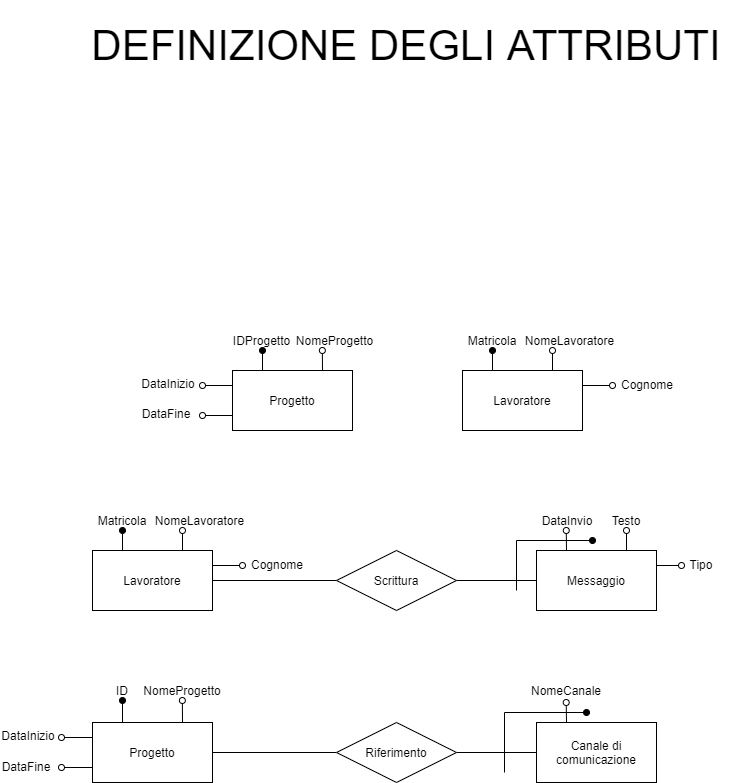
The draw.io diagram Relazione/Schema ER/definizione-attributi.png in martafra/BD-Chat-Multicanale, before a commit. Source tidied: cells renumbered, new cells last; positions are measured from the earlier drawing's top-left corner, leaving out a move shared by most shapes.
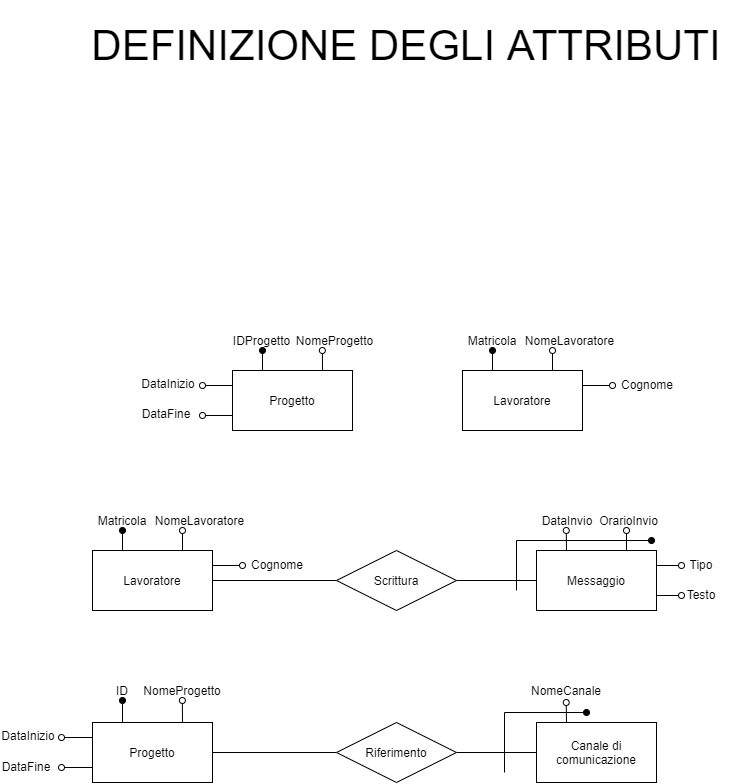
After the change.

Diff of the diagram source:
```diff
@@ -94,8 +94,8 @@
     <mxCell id="25" value="Scrittura" style="shape=rhombus;perimeter=rhombusPerimeter;whiteSpace=wrap;html=1;align=center;" parent="1" vertex="1">
       <mxGeometry x="336" y="550" width="120" height="60" as="geometry" />
     </mxCell>
-    <mxCell id="26" value="Testo" style="text;html=1;strokeColor=none;fillColor=none;align=center;verticalAlign=middle;whiteSpace=wrap;rounded=0;" parent="1" vertex="1">
-      <mxGeometry x="606" y="510" width="40" height="20" as="geometry" />
+    <mxCell id="26" value="OrarioInvio" style="text;html=1;strokeColor=none;fillColor=none;align=center;verticalAlign=middle;whiteSpace=wrap;rounded=0;" parent="1" vertex="1">
+      <mxGeometry x="601" y="510" width="55" height="20" as="geometry" />
     </mxCell>
     <mxCell id="27" value="DataInvio" style="text;html=1;strokeColor=none;fillColor=none;align=center;verticalAlign=middle;whiteSpace=wrap;rounded=0;" parent="1" vertex="1">
       <mxGeometry x="542" y="510" width="50" height="20" as="geometry" />
@@ -103,7 +103,7 @@
     <mxCell id="28" style="edgeStyle=orthogonalEdgeStyle;rounded=0;orthogonalLoop=1;jettySize=auto;html=1;endArrow=oval;endFill=1;" parent="1" edge="1">
       <mxGeometry relative="1" as="geometry">
         <mxPoint x="516" y="590" as="sourcePoint" />
-        <mxPoint x="592" y="540" as="targetPoint" />
+        <mxPoint x="651" y="540" as="targetPoint" />
         <Array as="points">
           <mxPoint x="516" y="540" />
         </Array>
@@ -204,5 +204,13 @@
     <mxCell id="52" value="Tipo" style="text;html=1;strokeColor=none;fillColor=none;align=center;verticalAlign=middle;whiteSpace=wrap;rounded=0;" parent="1" vertex="1">
       <mxGeometry x="681" y="554" width="40" height="20" as="geometry" />
     </mxCell>
+    <mxCell id="53" style="edgeStyle=orthogonalEdgeStyle;rounded=0;jettySize=auto;html=1;exitX=1;exitY=0.75;exitDx=0;exitDy=0;endArrow=oval;endFill=0;" parent="1" edge="1" source="23">
+      <mxGeometry relative="1" as="geometry">
+        <mxPoint x="681" y="595" as="targetPoint" />
+      </mxGeometry>
+    </mxCell>
+    <mxCell id="54" value="Testo" style="text;html=1;strokeColor=none;fillColor=none;align=center;verticalAlign=middle;whiteSpace=wrap;rounded=0;" parent="1" vertex="1">
+      <mxGeometry x="686" y="584" width="30" height="20" as="geometry" />
+    </mxCell>
   </root>
 </mxGraphModel>
```
